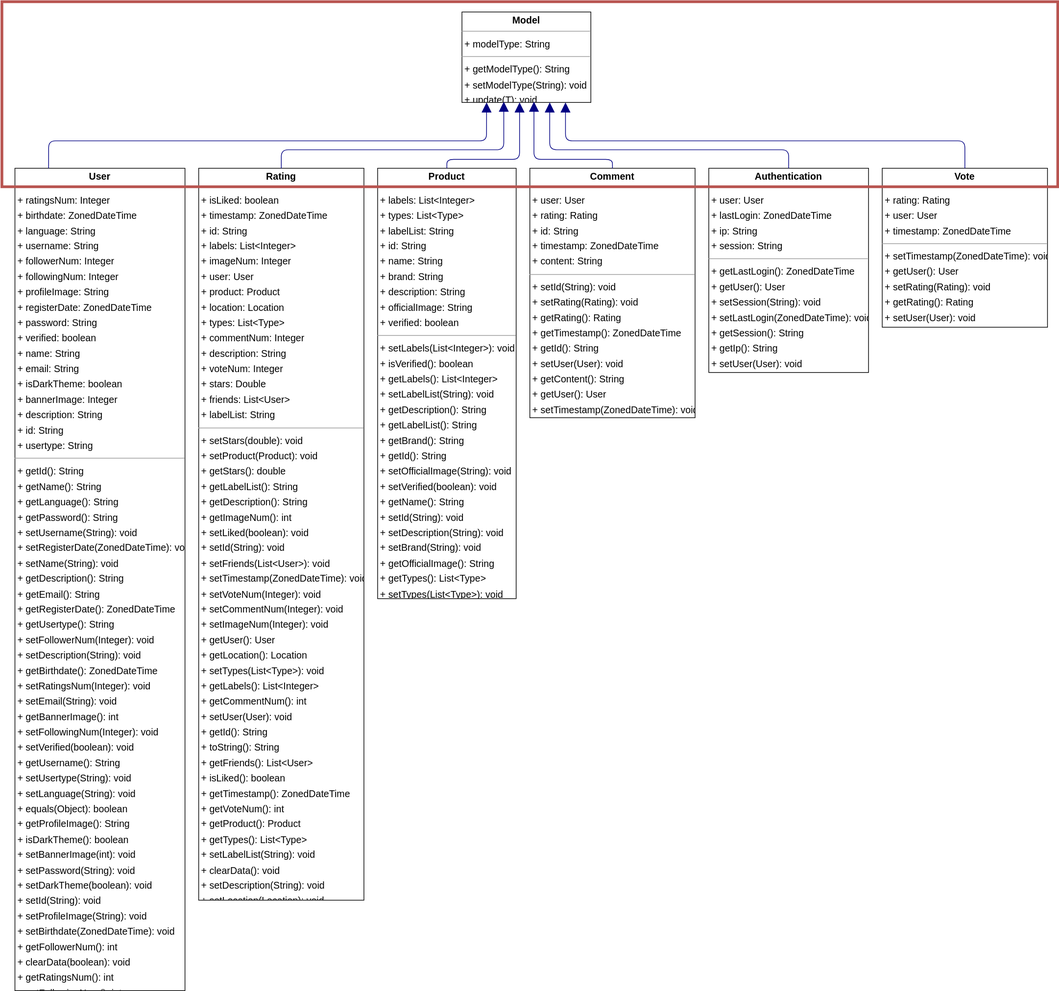
2002chris/UNDECIDED_DOCS keeps this draw.io diagram as docs/SAD/architecturalDiagrams/backend-models.svg. Above is the earlier version. Source tidied: cells renumbered, new cells last; positions are measured from the earlier drawing's top-left corner, leaving out a move shared by most shapes. The source it was exported from:
```xml
<mxGraphModel>
  <root>
    <mxCell id="0" />
    <mxCell id="1" parent="0" />
    <mxCell id="2" value="&lt;p style=&quot;margin:0px;margin-top:4px;text-align:center;&quot;&gt;&lt;b&gt;Authentication&lt;/b&gt;&lt;/p&gt;&lt;hr size=&quot;1&quot;/&gt;&lt;p style=&quot;margin:0 0 0 4px;line-height:1.6;&quot;&gt;+ user: User&lt;br/&gt;+ lastLogin: ZonedDateTime&lt;br/&gt;+ ip: String&lt;br/&gt;+ session: String&lt;/p&gt;&lt;hr size=&quot;1&quot;/&gt;&lt;p style=&quot;margin:0 0 0 4px;line-height:1.6;&quot;&gt;+ getLastLogin(): ZonedDateTime&lt;br/&gt;+ getUser(): User&lt;br/&gt;+ setSession(String): void&lt;br/&gt;+ setLastLogin(ZonedDateTime): void&lt;br/&gt;+ getSession(): String&lt;br/&gt;+ getIp(): String&lt;br/&gt;+ setUser(User): void&lt;br/&gt;+ setIp(String): void&lt;/p&gt;" style="verticalAlign=top;align=left;overflow=fill;fontSize=14;fontFamily=Helvetica;html=1;rounded=0;shadow=0;comic=0;labelBackgroundColor=none;strokeWidth=1;" parent="1" vertex="1">
      <mxGeometry x="1031" y="243" width="233" height="298" as="geometry" />
    </mxCell>
    <mxCell id="3" value="&lt;p style=&quot;margin:0px;margin-top:4px;text-align:center;&quot;&gt;&lt;b&gt;Comment&lt;/b&gt;&lt;/p&gt;&lt;hr size=&quot;1&quot;/&gt;&lt;p style=&quot;margin:0 0 0 4px;line-height:1.6;&quot;&gt;+ user: User&lt;br/&gt;+ rating: Rating&lt;br/&gt;+ id: String&lt;br/&gt;+ timestamp: ZonedDateTime&lt;br/&gt;+ content: String&lt;/p&gt;&lt;hr size=&quot;1&quot;/&gt;&lt;p style=&quot;margin:0 0 0 4px;line-height:1.6;&quot;&gt;+ setId(String): void&lt;br/&gt;+ setRating(Rating): void&lt;br/&gt;+ getRating(): Rating&lt;br/&gt;+ getTimestamp(): ZonedDateTime&lt;br/&gt;+ getId(): String&lt;br/&gt;+ setUser(User): void&lt;br/&gt;+ getContent(): String&lt;br/&gt;+ getUser(): User&lt;br/&gt;+ setTimestamp(ZonedDateTime): void&lt;br/&gt;+ setContent(String): void&lt;/p&gt;" style="verticalAlign=top;align=left;overflow=fill;fontSize=14;fontFamily=Helvetica;html=1;rounded=0;shadow=0;comic=0;labelBackgroundColor=none;strokeWidth=1;" parent="1" vertex="1">
      <mxGeometry x="770" y="243" width="241" height="364" as="geometry" />
    </mxCell>
    <mxCell id="4" value="&lt;p style=&quot;margin:0px;margin-top:4px;text-align:center;&quot;&gt;&lt;b&gt;Model&lt;/b&gt;&lt;/p&gt;&lt;hr size=&quot;1&quot;/&gt;&lt;p style=&quot;margin:0 0 0 4px;line-height:1.6;&quot;&gt;+ modelType: String&lt;/p&gt;&lt;hr size=&quot;1&quot;/&gt;&lt;p style=&quot;margin:0 0 0 4px;line-height:1.6;&quot;&gt;+ getModelType(): String&lt;br/&gt;+ setModelType(String): void&lt;br/&gt;+ update(T): void&lt;/p&gt;" style="verticalAlign=top;align=left;overflow=fill;fontSize=14;fontFamily=Helvetica;html=1;rounded=0;shadow=0;comic=0;labelBackgroundColor=none;strokeWidth=1;" parent="1" vertex="1">
      <mxGeometry x="671" y="15" width="188" height="132" as="geometry" />
    </mxCell>
    <mxCell id="5" value="&lt;p style=&quot;margin:0px;margin-top:4px;text-align:center;&quot;&gt;&lt;b&gt;Product&lt;/b&gt;&lt;/p&gt;&lt;hr size=&quot;1&quot;/&gt;&lt;p style=&quot;margin:0 0 0 4px;line-height:1.6;&quot;&gt;+ labels: List&amp;lt;Integer&amp;gt;&lt;br/&gt;+ types: List&amp;lt;Type&amp;gt;&lt;br/&gt;+ labelList: String&lt;br/&gt;+ id: String&lt;br/&gt;+ name: String&lt;br/&gt;+ brand: String&lt;br/&gt;+ description: String&lt;br/&gt;+ officialImage: String&lt;br/&gt;+ verified: boolean&lt;/p&gt;&lt;hr size=&quot;1&quot;/&gt;&lt;p style=&quot;margin:0 0 0 4px;line-height:1.6;&quot;&gt;+ setLabels(List&amp;lt;Integer&amp;gt;): void&lt;br/&gt;+ isVerified(): boolean&lt;br/&gt;+ getLabels(): List&amp;lt;Integer&amp;gt;&lt;br/&gt;+ setLabelList(String): void&lt;br/&gt;+ getDescription(): String&lt;br/&gt;+ getLabelList(): String&lt;br/&gt;+ getBrand(): String&lt;br/&gt;+ getId(): String&lt;br/&gt;+ setOfficialImage(String): void&lt;br/&gt;+ setVerified(boolean): void&lt;br/&gt;+ getName(): String&lt;br/&gt;+ setId(String): void&lt;br/&gt;+ setDescription(String): void&lt;br/&gt;+ setBrand(String): void&lt;br/&gt;+ getOfficialImage(): String&lt;br/&gt;+ getTypes(): List&amp;lt;Type&amp;gt;&lt;br/&gt;+ setTypes(List&amp;lt;Type&amp;gt;): void&lt;br/&gt;+ setName(String): void&lt;/p&gt;" style="verticalAlign=top;align=left;overflow=fill;fontSize=14;fontFamily=Helvetica;html=1;rounded=0;shadow=0;comic=0;labelBackgroundColor=none;strokeWidth=1;" parent="1" vertex="1">
      <mxGeometry x="548" y="243" width="202" height="628" as="geometry" />
    </mxCell>
    <mxCell id="6" value="&lt;p style=&quot;margin:0px;margin-top:4px;text-align:center;&quot;&gt;&lt;b&gt;Rating&lt;/b&gt;&lt;/p&gt;&lt;hr size=&quot;1&quot;/&gt;&lt;p style=&quot;margin:0 0 0 4px;line-height:1.6;&quot;&gt;+ isLiked: boolean&lt;br/&gt;+ timestamp: ZonedDateTime&lt;br/&gt;+ id: String&lt;br/&gt;+ labels: List&amp;lt;Integer&amp;gt;&lt;br/&gt;+ imageNum: Integer&lt;br/&gt;+ user: User&lt;br/&gt;+ product: Product&lt;br/&gt;+ location: Location&lt;br/&gt;+ types: List&amp;lt;Type&amp;gt;&lt;br/&gt;+ commentNum: Integer&lt;br/&gt;+ description: String&lt;br/&gt;+ voteNum: Integer&lt;br/&gt;+ stars: Double&lt;br/&gt;+ friends: List&amp;lt;User&amp;gt;&lt;br/&gt;+ labelList: String&lt;/p&gt;&lt;hr size=&quot;1&quot;/&gt;&lt;p style=&quot;margin:0 0 0 4px;line-height:1.6;&quot;&gt;+ setStars(double): void&lt;br/&gt;+ setProduct(Product): void&lt;br/&gt;+ getStars(): double&lt;br/&gt;+ getLabelList(): String&lt;br/&gt;+ getDescription(): String&lt;br/&gt;+ getImageNum(): int&lt;br/&gt;+ setLiked(boolean): void&lt;br/&gt;+ setId(String): void&lt;br/&gt;+ setFriends(List&amp;lt;User&amp;gt;): void&lt;br/&gt;+ setTimestamp(ZonedDateTime): void&lt;br/&gt;+ setVoteNum(Integer): void&lt;br/&gt;+ setCommentNum(Integer): void&lt;br/&gt;+ setImageNum(Integer): void&lt;br/&gt;+ getUser(): User&lt;br/&gt;+ getLocation(): Location&lt;br/&gt;+ setTypes(List&amp;lt;Type&amp;gt;): void&lt;br/&gt;+ getLabels(): List&amp;lt;Integer&amp;gt;&lt;br/&gt;+ getCommentNum(): int&lt;br/&gt;+ setUser(User): void&lt;br/&gt;+ getId(): String&lt;br/&gt;+ toString(): String&lt;br/&gt;+ getFriends(): List&amp;lt;User&amp;gt;&lt;br/&gt;+ isLiked(): boolean&lt;br/&gt;+ getTimestamp(): ZonedDateTime&lt;br/&gt;+ getVoteNum(): int&lt;br/&gt;+ getProduct(): Product&lt;br/&gt;+ getTypes(): List&amp;lt;Type&amp;gt;&lt;br/&gt;+ setLabelList(String): void&lt;br/&gt;+ clearData(): void&lt;br/&gt;+ setDescription(String): void&lt;br/&gt;+ setLocation(Location): void&lt;br/&gt;+ setLabels(List&amp;lt;Integer&amp;gt;): void&lt;/p&gt;" style="verticalAlign=top;align=left;overflow=fill;fontSize=14;fontFamily=Helvetica;html=1;rounded=0;shadow=0;comic=0;labelBackgroundColor=none;strokeWidth=1;" parent="1" vertex="1">
      <mxGeometry x="287" y="243" width="241" height="1068" as="geometry" />
    </mxCell>
    <mxCell id="7" value="&lt;p style=&quot;margin:0px;margin-top:4px;text-align:center;&quot;&gt;&lt;b&gt;User&lt;/b&gt;&lt;/p&gt;&lt;hr size=&quot;1&quot;/&gt;&lt;p style=&quot;margin:0 0 0 4px;line-height:1.6;&quot;&gt;+ ratingsNum: Integer&lt;br/&gt;+ birthdate: ZonedDateTime&lt;br/&gt;+ language: String&lt;br/&gt;+ username: String&lt;br/&gt;+ followerNum: Integer&lt;br/&gt;+ followingNum: Integer&lt;br/&gt;+ profileImage: String&lt;br/&gt;+ registerDate: ZonedDateTime&lt;br/&gt;+ password: String&lt;br/&gt;+ verified: boolean&lt;br/&gt;+ name: String&lt;br/&gt;+ email: String&lt;br/&gt;+ isDarkTheme: boolean&lt;br/&gt;+ bannerImage: Integer&lt;br/&gt;+ description: String&lt;br/&gt;+ id: String&lt;br/&gt;+ usertype: String&lt;/p&gt;&lt;hr size=&quot;1&quot;/&gt;&lt;p style=&quot;margin:0 0 0 4px;line-height:1.6;&quot;&gt;+ getId(): String&lt;br/&gt;+ getName(): String&lt;br/&gt;+ getLanguage(): String&lt;br/&gt;+ getPassword(): String&lt;br/&gt;+ setUsername(String): void&lt;br/&gt;+ setRegisterDate(ZonedDateTime): void&lt;br/&gt;+ setName(String): void&lt;br/&gt;+ getDescription(): String&lt;br/&gt;+ getEmail(): String&lt;br/&gt;+ getRegisterDate(): ZonedDateTime&lt;br/&gt;+ getUsertype(): String&lt;br/&gt;+ setFollowerNum(Integer): void&lt;br/&gt;+ setDescription(String): void&lt;br/&gt;+ getBirthdate(): ZonedDateTime&lt;br/&gt;+ setRatingsNum(Integer): void&lt;br/&gt;+ setEmail(String): void&lt;br/&gt;+ getBannerImage(): int&lt;br/&gt;+ setFollowingNum(Integer): void&lt;br/&gt;+ setVerified(boolean): void&lt;br/&gt;+ getUsername(): String&lt;br/&gt;+ setUsertype(String): void&lt;br/&gt;+ setLanguage(String): void&lt;br/&gt;+ equals(Object): boolean&lt;br/&gt;+ getProfileImage(): String&lt;br/&gt;+ isDarkTheme(): boolean&lt;br/&gt;+ setBannerImage(int): void&lt;br/&gt;+ setPassword(String): void&lt;br/&gt;+ setDarkTheme(boolean): void&lt;br/&gt;+ setId(String): void&lt;br/&gt;+ setProfileImage(String): void&lt;br/&gt;+ setBirthdate(ZonedDateTime): void&lt;br/&gt;+ getFollowerNum(): int&lt;br/&gt;+ clearData(boolean): void&lt;br/&gt;+ getRatingsNum(): int&lt;br/&gt;+ getFollowingNum(): int&lt;br/&gt;+ isVerified(): boolean&lt;/p&gt;" style="verticalAlign=top;align=left;overflow=fill;fontSize=14;fontFamily=Helvetica;html=1;rounded=0;shadow=0;comic=0;labelBackgroundColor=none;strokeWidth=1;" parent="1" vertex="1">
      <mxGeometry x="19" y="243" width="248" height="1200" as="geometry" />
    </mxCell>
    <mxCell id="8" value="&lt;p style=&quot;margin:0px;margin-top:4px;text-align:center;&quot;&gt;&lt;b&gt;Vote&lt;/b&gt;&lt;/p&gt;&lt;hr size=&quot;1&quot;/&gt;&lt;p style=&quot;margin:0 0 0 4px;line-height:1.6;&quot;&gt;+ rating: Rating&lt;br/&gt;+ user: User&lt;br/&gt;+ timestamp: ZonedDateTime&lt;/p&gt;&lt;hr size=&quot;1&quot;/&gt;&lt;p style=&quot;margin:0 0 0 4px;line-height:1.6;&quot;&gt;+ setTimestamp(ZonedDateTime): void&lt;br/&gt;+ getUser(): User&lt;br/&gt;+ setRating(Rating): void&lt;br/&gt;+ getRating(): Rating&lt;br/&gt;+ setUser(User): void&lt;br/&gt;+ getTimestamp(): ZonedDateTime&lt;/p&gt;" style="verticalAlign=top;align=left;overflow=fill;fontSize=14;fontFamily=Helvetica;html=1;rounded=0;shadow=0;comic=0;labelBackgroundColor=none;strokeWidth=1;" parent="1" vertex="1">
      <mxGeometry x="1284" y="243" width="241" height="232" as="geometry" />
    </mxCell>
    <mxCell id="9" style="html=1;rounded=1;edgeStyle=orthogonalEdgeStyle;dashed=0;startArrow=none;endArrow=block;endSize=12;strokeColor=#000082;exitX=0.500;exitY=0.000;exitDx=0;exitDy=0;entryX=0.681;entryY=1.000;entryDx=0;entryDy=0;" parent="1" edge="1" source="2" target="4">
      <mxGeometry relative="1" as="geometry">
        <Array as="points">
          <mxPoint x="1148" y="216" />
          <mxPoint x="799" y="216" />
        </Array>
      </mxGeometry>
    </mxCell>
    <mxCell id="10" style="html=1;rounded=1;edgeStyle=orthogonalEdgeStyle;dashed=0;startArrow=none;endArrow=block;endSize=12;strokeColor=#000082;exitX=0.500;exitY=0.000;exitDx=0;exitDy=0;entryX=0.561;entryY=1.000;entryDx=0;entryDy=0;" parent="1" edge="1" source="3" target="4">
      <mxGeometry relative="1" as="geometry">
        <Array as="points">
          <mxPoint x="890" y="230" />
          <mxPoint x="776" y="230" />
          <mxPoint x="776" y="146" />
          <mxPoint x="776" y="146" />
        </Array>
      </mxGeometry>
    </mxCell>
    <mxCell id="11" style="html=1;rounded=1;edgeStyle=orthogonalEdgeStyle;dashed=0;startArrow=none;endArrow=block;endSize=12;strokeColor=#000082;exitX=0.500;exitY=0.000;exitDx=0;exitDy=0;entryX=0.447;entryY=1.000;entryDx=0;entryDy=0;" parent="1" edge="1" source="5" target="4">
      <mxGeometry relative="1" as="geometry">
        <Array as="points">
          <mxPoint x="649" y="230" />
          <mxPoint x="755" y="230" />
        </Array>
      </mxGeometry>
    </mxCell>
    <mxCell id="12" style="html=1;rounded=1;edgeStyle=orthogonalEdgeStyle;dashed=0;startArrow=none;endArrow=block;endSize=12;strokeColor=#000082;exitX=0.500;exitY=0.000;exitDx=0;exitDy=0;entryX=0.327;entryY=1.000;entryDx=0;entryDy=0;" parent="1" edge="1" source="6" target="4">
      <mxGeometry relative="1" as="geometry">
        <Array as="points">
          <mxPoint x="408" y="216" />
          <mxPoint x="732" y="216" />
          <mxPoint x="732" y="146" />
          <mxPoint x="733" y="146" />
        </Array>
      </mxGeometry>
    </mxCell>
    <mxCell id="13" style="html=1;rounded=1;edgeStyle=orthogonalEdgeStyle;dashed=0;startArrow=none;endArrow=block;endSize=12;strokeColor=#000082;exitX=0.198;exitY=0.000;exitDx=0;exitDy=0;entryX=0.191;entryY=1.000;entryDx=0;entryDy=0;" parent="1" edge="1" source="7" target="4">
      <mxGeometry relative="1" as="geometry">
        <Array as="points">
          <mxPoint x="68" y="203" />
          <mxPoint x="707" y="203" />
        </Array>
      </mxGeometry>
    </mxCell>
    <mxCell id="14" style="html=1;rounded=1;edgeStyle=orthogonalEdgeStyle;dashed=0;startArrow=none;endArrow=block;endSize=12;strokeColor=#000082;exitX=0.500;exitY=0.000;exitDx=0;exitDy=0;entryX=0.806;entryY=1.007;entryDx=0;entryDy=0;" parent="1" edge="1" source="8" target="4">
      <mxGeometry relative="1" as="geometry">
        <Array as="points">
          <mxPoint x="1404" y="203" />
          <mxPoint x="822" y="203" />
          <mxPoint x="822" y="147" />
        </Array>
      </mxGeometry>
    </mxCell>
    <mxCell id="15" style="rounded=0;whiteSpace=wrap;html=1;strokeColor=#b85450;strokeWidth=4;fillColor=none;" parent="1" vertex="1">
      <mxGeometry width="1540" height="270" as="geometry" />
    </mxCell>
  </root>
</mxGraphModel>
```
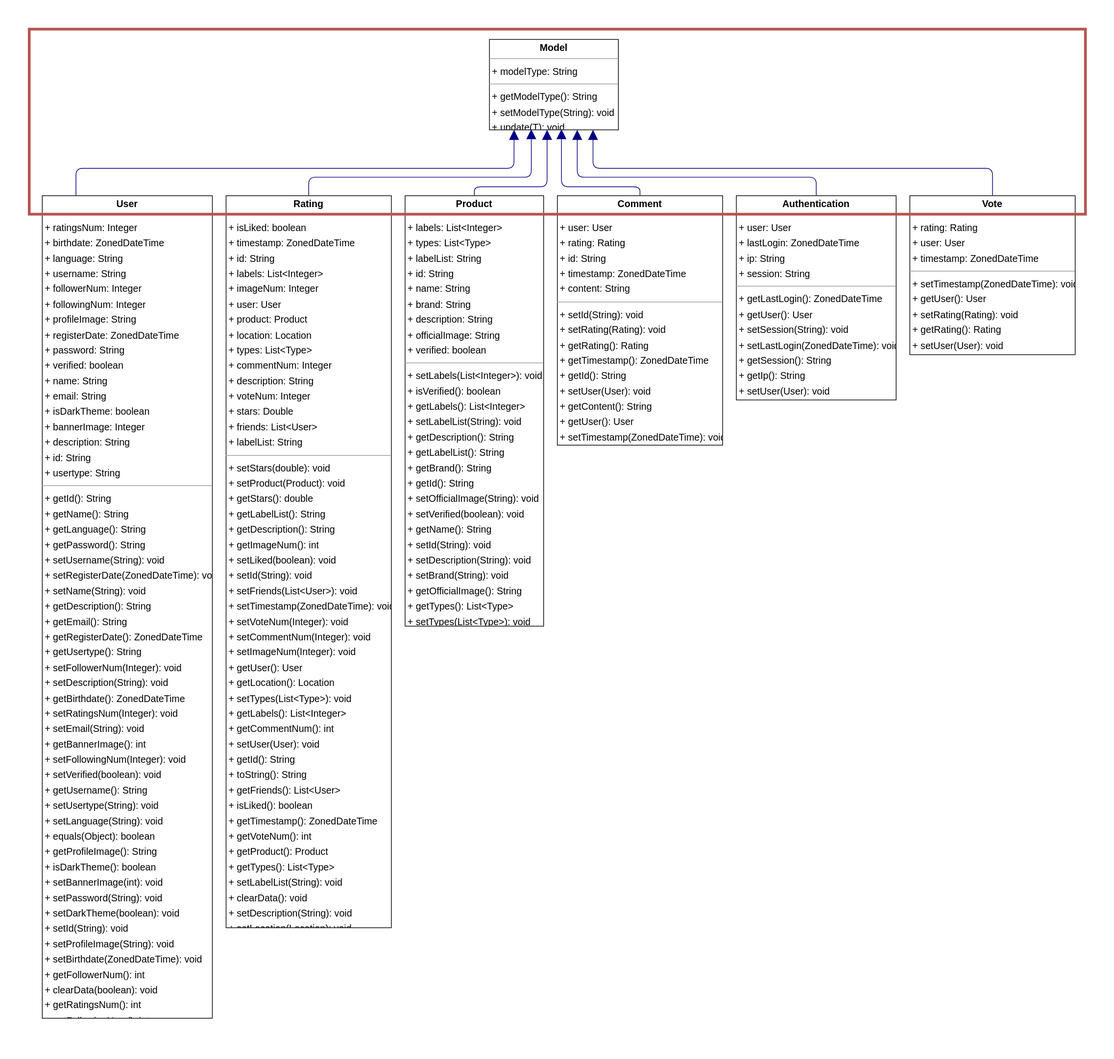
Above is the later version.

Commit message:
updated models class diagram with highlighted design pattern

Diff of the diagram source:
```diff
@@ -2,6 +2,9 @@
   <root>
     <mxCell id="0" />
     <mxCell id="1" parent="0" />
+    <mxCell id="16" style="rounded=0;whiteSpace=wrap;html=1;strokeWidth=4;strokeColor=none;" parent="1" vertex="1">
+      <mxGeometry x="-40" y="-40" width="1620" height="1540" as="geometry" />
+    </mxCell>
     <mxCell id="2" value="&lt;p style=&quot;margin:0px;margin-top:4px;text-align:center;&quot;&gt;&lt;b&gt;Authentication&lt;/b&gt;&lt;/p&gt;&lt;hr size=&quot;1&quot;/&gt;&lt;p style=&quot;margin:0 0 0 4px;line-height:1.6;&quot;&gt;+ user: User&lt;br/&gt;+ lastLogin: ZonedDateTime&lt;br/&gt;+ ip: String&lt;br/&gt;+ session: String&lt;/p&gt;&lt;hr size=&quot;1&quot;/&gt;&lt;p style=&quot;margin:0 0 0 4px;line-height:1.6;&quot;&gt;+ getLastLogin(): ZonedDateTime&lt;br/&gt;+ getUser(): User&lt;br/&gt;+ setSession(String): void&lt;br/&gt;+ setLastLogin(ZonedDateTime): void&lt;br/&gt;+ getSession(): String&lt;br/&gt;+ getIp(): String&lt;br/&gt;+ setUser(User): void&lt;br/&gt;+ setIp(String): void&lt;/p&gt;" style="verticalAlign=top;align=left;overflow=fill;fontSize=14;fontFamily=Helvetica;html=1;rounded=0;shadow=0;comic=0;labelBackgroundColor=none;strokeWidth=1;" parent="1" vertex="1">
       <mxGeometry x="1031" y="243" width="233" height="298" as="geometry" />
     </mxCell>
```
